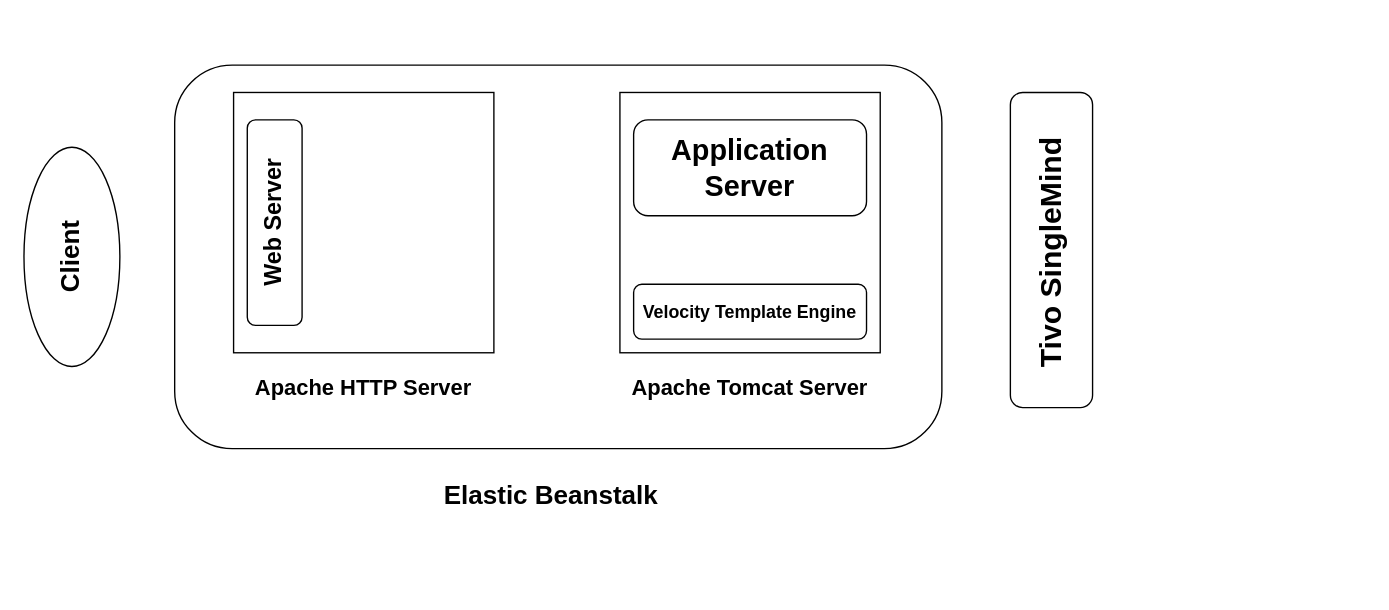
Earlier version of the draw.io diagram Untitled Diagram.drawio (ashokkumarsh/diagrams). Source tidied: cells renumbered, new cells numbered last; positions are measured from the earlier drawing's top-left corner, leaving out a move shared by most shapes. Both pictures are drawn from the tidied source at 137%, with x=0, y=0 at pixel (23, 64).
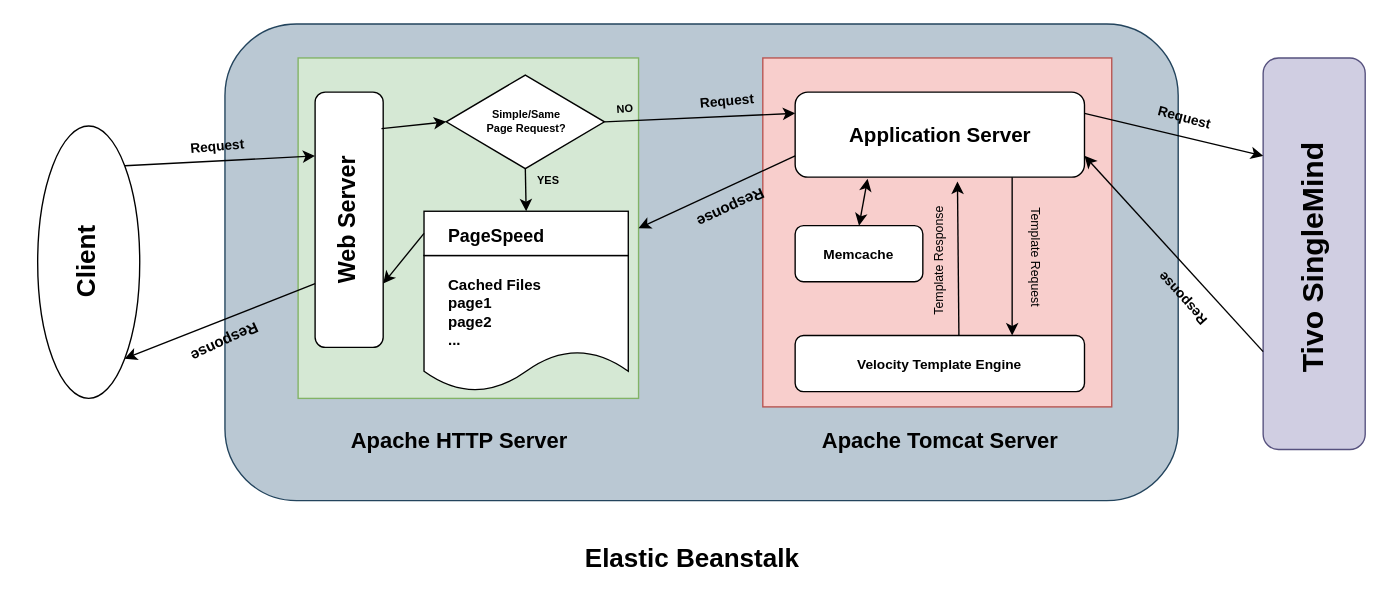
Above is the later version.

Change to the diagram source:
```diff
@@
+    <mxCell id="18" style="group;" parent="1" vertex="1">
+      <mxGeometry x="10" y="-30" width="969.1" height="410" as="geometry" />
+    </mxCell>
-    <mxCell id="2" style="rounded=1;whiteSpace=wrap;html=1;" parent="1" vertex="1">
-      <mxGeometry x="110" width="560" height="280" as="geometry" />
+    <mxCell id="2" style="rounded=1;whiteSpace=wrap;html=1;fillColor=#bac8d3;strokeColor=#23445d;" parent="18" vertex="1">
+      <mxGeometry x="136.7" width="695.8" height="347.9" as="geometry" />
     </mxCell>
-    <mxCell id="3" style="ellipse;whiteSpace=wrap;html=1;" parent="1" vertex="1">
-      <mxGeometry y="60" width="70" height="160" as="geometry" />
+    <mxCell id="3" style="ellipse;whiteSpace=wrap;html=1;" parent="18" vertex="1">
+      <mxGeometry y="74.5" width="74.5" height="198.8" as="geometry" />
     </mxCell>
-    <mxCell id="4" style="rounded=1;whiteSpace=wrap;html=1;" parent="1" vertex="1">
-      <mxGeometry x="720" y="20" width="60" height="230" as="geometry" />
+    <mxCell id="4" style="rounded=1;whiteSpace=wrap;html=1;fillColor=#d0cee2;strokeColor=#56517e;" parent="18" vertex="1">
+      <mxGeometry x="894.5" y="24.8" width="74.5" height="285.8" as="geometry" />
     </mxCell>
-    <mxCell id="5" style="whiteSpace=wrap;html=1;" parent="1" vertex="1">
-      <mxGeometry x="153" y="20" width="190" height="190" as="geometry" />
+    <mxCell id="5" style="whiteSpace=wrap;html=1;fillColor=#d5e8d4;strokeColor=#82b366;" parent="18" vertex="1">
+      <mxGeometry x="190.1" y="24.8" width="248.5" height="248.5" as="geometry" />
     </mxCell>
-    <mxCell id="6" style="whiteSpace=wrap;html=1;" parent="1" vertex="1">
-      <mxGeometry x="435" y="20" width="190" height="190" as="geometry" />
+    <mxCell id="6" style="whiteSpace=wrap;html=1;fillColor=#f8cecc;strokeColor=#b85450;" parent="18" vertex="1">
+      <mxGeometry x="529.3" y="24.8" width="254.7" height="254.7" as="geometry" />
     </mxCell>
-    <mxCell id="7" value="Apache HTTP Server" style="text;html=1;strokeColor=none;fillColor=none;align=center;verticalAlign=middle;whiteSpace=wrap;rounded=0;fontStyle=1;fontSize=16;" parent="1" vertex="1">
-      <mxGeometry x="153" y="220" width="190" height="30" as="geometry" />
+    <mxCell id="7" value="Apache HTTP Server" style="text;html=1;strokeColor=none;fillColor=none;align=center;verticalAlign=middle;whiteSpace=wrap;rounded=0;fontStyle=1;fontSize=16;" parent="18" vertex="1">
+      <mxGeometry x="190.1" y="285.8" width="236.1" height="37.3" as="geometry" />
     </mxCell>
-    <mxCell id="8" value="Apache Tomcat Server" style="text;html=1;strokeColor=none;fillColor=none;align=center;verticalAlign=middle;whiteSpace=wrap;rounded=0;fontStyle=1;fontSize=16;" parent="1" vertex="1">
-      <mxGeometry x="435" y="220" width="190" height="30" as="geometry" />
+    <mxCell id="8" value="Apache Tomcat Server" style="text;html=1;strokeColor=none;fillColor=none;align=center;verticalAlign=middle;whiteSpace=wrap;rounded=0;fontStyle=1;fontSize=16;" parent="18" vertex="1">
+      <mxGeometry x="540.5" y="285.8" width="236.1" height="37.3" as="geometry" />
     </mxCell>
-    <mxCell id="9" value="Elastic Beanstalk" style="text;html=1;strokeColor=none;fillColor=none;align=center;verticalAlign=middle;whiteSpace=wrap;rounded=0;fontStyle=1;fontSize=19;" parent="1" vertex="1">
-      <mxGeometry x="290" y="300" width="190" height="30" as="geometry" />
+    <mxCell id="9" value="Elastic Beanstalk" style="text;html=1;strokeColor=none;fillColor=none;align=center;verticalAlign=middle;whiteSpace=wrap;rounded=0;fontStyle=1;fontSize=19;" parent="18" vertex="1">
+      <mxGeometry x="360.3" y="372.7" width="236.1" height="37.3" as="geometry" />
     </mxCell>
-    <mxCell id="10" value="Client" style="text;html=1;strokeColor=none;fillColor=none;align=center;verticalAlign=middle;whiteSpace=wrap;rounded=0;fontSize=19;rotation=-90;fontStyle=1;" parent="1" vertex="1">
-      <mxGeometry x="5" y="125" width="60" height="30" as="geometry" />
+    <mxCell id="10" value="Client" style="text;html=1;strokeColor=none;fillColor=none;align=center;verticalAlign=middle;whiteSpace=wrap;rounded=0;fontSize=19;rotation=-90;fontStyle=1;" parent="18" vertex="1">
+      <mxGeometry x="-1.2" y="155.3" width="74.5" height="37.3" as="geometry" />
     </mxCell>
-    <mxCell id="11" style="rounded=1;whiteSpace=wrap;html=1;fontSize=19;" parent="1" vertex="1">
-      <mxGeometry x="163" y="40" width="40" height="150" as="geometry" />
+    <mxCell id="11" style="rounded=1;whiteSpace=wrap;html=1;fontSize=19;" parent="18" vertex="1">
+      <mxGeometry x="202.5" y="49.7" width="49.7" height="186.4" as="geometry" />
     </mxCell>
-    <mxCell id="12" style="rounded=1;whiteSpace=wrap;html=1;fontSize=19;" parent="1" vertex="1">
-      <mxGeometry x="445" y="40" width="170" height="70" as="geometry" />
+    <mxCell id="12" style="rounded=1;whiteSpace=wrap;html=1;fontSize=19;" parent="18" vertex="1">
+      <mxGeometry x="552.9" y="49.7" width="211.2" height="62.1" as="geometry" />
     </mxCell>
-    <mxCell id="13" style="rounded=1;whiteSpace=wrap;html=1;fontSize=19;" parent="1" vertex="1">
-      <mxGeometry x="445" y="160" width="170" height="40" as="geometry" />
-    </mxCell>
-    <mxCell id="14" value="Web Server" style="text;html=1;strokeColor=none;fillColor=none;align=center;verticalAlign=middle;whiteSpace=wrap;rounded=0;fontSize=17;rotation=-90;fontStyle=1;" parent="1" vertex="1">
-      <mxGeometry x="133" y="100" width="100" height="30" as="geometry" />
+    <mxCell id="14" value="Web Server" style="text;html=1;strokeColor=none;fillColor=none;align=center;verticalAlign=middle;whiteSpace=wrap;rounded=0;fontSize=17;rotation=-90;fontStyle=1;" parent="18" vertex="1">
+      <mxGeometry x="165.2" y="124.2" width="124.2" height="37.3" as="geometry" />
     </mxCell>
-    <mxCell id="15" value="Application Server" style="text;html=1;strokeColor=none;fillColor=none;align=center;verticalAlign=middle;whiteSpace=wrap;rounded=0;fontSize=21;fontStyle=1;" parent="1" vertex="1">
-      <mxGeometry x="465" y="50" width="130" height="50" as="geometry" />
+    <mxCell id="15" value="Application Server" style="text;html=1;strokeColor=none;fillColor=none;align=center;verticalAlign=middle;whiteSpace=wrap;rounded=0;fontSize=15;fontStyle=1;" parent="18" vertex="1">
+      <mxGeometry x="577.7" y="55.9" width="161.5" height="49.7" as="geometry" />
     </mxCell>
+    <mxCell id="17" value="Tivo SingleMind" style="text;html=1;strokeColor=none;fillColor=none;align=center;verticalAlign=middle;whiteSpace=wrap;rounded=0;fontSize=22;fontStyle=1;rotation=-90;" parent="18" vertex="1">
+      <mxGeometry x="816.9" y="152.2" width="229.8" height="37.3" as="geometry" />
+    </mxCell>
+    <mxCell id="19" style="shape=document;whiteSpace=wrap;html=1;boundedLbl=1;fontSize=22;" parent="18" vertex="1">
+      <mxGeometry x="282" y="169" width="149.1" height="99.4" as="geometry" />
+    </mxCell>
+    <mxCell id="20" value="Cached Files&lt;br style=&quot;font-size: 11px;&quot;&gt;page1&lt;br style=&quot;font-size: 11px;&quot;&gt;page2&lt;br style=&quot;font-size: 11px;&quot;&gt;..." style="text;html=1;strokeColor=none;fillColor=none;align=left;verticalAlign=middle;whiteSpace=wrap;rounded=0;fontSize=11;fontStyle=1;" parent="18" vertex="1">
+      <mxGeometry x="298.2" y="173.9" width="99.4" height="74.5" as="geometry" />
+    </mxCell>
+    <mxCell id="21" style="rounded=0;whiteSpace=wrap;html=1;fontSize=10;" parent="18" vertex="1">
+      <mxGeometry x="282" y="136.7" width="149.1" height="32.3" as="geometry" />
+    </mxCell>
+    <mxCell id="22" value="PageSpeed" style="text;html=1;strokeColor=none;fillColor=none;align=left;verticalAlign=middle;whiteSpace=wrap;rounded=0;fontSize=13;fontStyle=1;" parent="18" vertex="1">
+      <mxGeometry x="298.2" y="136.7" width="95.7" height="37.3" as="geometry" />
+    </mxCell>
+    <mxCell id="23" style="rhombus;whiteSpace=wrap;html=1;fontSize=10;" parent="18" vertex="1">
+      <mxGeometry x="298.2" y="37.3" width="115.5" height="68.3" as="geometry" />
+    </mxCell>
+    <mxCell id="24" value="Simple/Same Page Request?" style="text;html=1;strokeColor=none;fillColor=none;align=center;verticalAlign=middle;whiteSpace=wrap;rounded=0;fontSize=8;fontStyle=1;" parent="18" vertex="1">
+      <mxGeometry x="327.4" y="52.8" width="59.6" height="37.3" as="geometry" />
+    </mxCell>
+    <mxCell id="25" style="endArrow=classic;html=1;rounded=0;fontSize=8;exitX=0.5;exitY=1;exitDx=0;exitDy=0;entryX=0.5;entryY=0;entryDx=0;entryDy=0;" parent="18" edge="1" source="23" target="21">
+      <mxGeometry relative="1" as="geometry" />
+    </mxCell>
+    <mxCell id="26" value="YES" style="text;html=1;strokeColor=none;fillColor=none;align=center;verticalAlign=middle;whiteSpace=wrap;rounded=0;fontSize=8;fontStyle=1;" parent="18" vertex="1">
+      <mxGeometry x="347.9" y="101.9" width="49.7" height="24.8" as="geometry" />
+    </mxCell>
+    <mxCell id="27" style="endArrow=classic;html=1;rounded=0;fontSize=8;entryX=1;entryY=0.75;entryDx=0;entryDy=0;exitX=0;exitY=0.5;exitDx=0;exitDy=0;" parent="18" edge="1" source="21" target="11">
+      <mxGeometry relative="1" as="geometry" />
+    </mxCell>
+    <mxCell id="28" style="endArrow=classic;html=1;rounded=0;fontSize=8;exitX=0.975;exitY=0.143;exitDx=0;exitDy=0;exitPerimeter=0;entryX=0;entryY=0.5;entryDx=0;entryDy=0;" parent="18" edge="1" source="11" target="23">
+      <mxGeometry relative="1" as="geometry" />
+    </mxCell>
+    <mxCell id="29" style="endArrow=classic;html=1;rounded=0;fontSize=8;entryX=0;entryY=0.25;entryDx=0;entryDy=0;exitX=1;exitY=0;exitDx=0;exitDy=0;" parent="18" edge="1" source="3" target="11">
+      <mxGeometry relative="1" as="geometry" />
+    </mxCell>
+    <mxCell id="30" style="endArrow=classic;html=1;rounded=0;fontSize=8;entryX=1;entryY=1;entryDx=0;entryDy=0;exitX=0;exitY=0.75;exitDx=0;exitDy=0;" parent="18" edge="1" source="11" target="3">
+      <mxGeometry relative="1" as="geometry" />
+    </mxCell>
+    <mxCell id="31" style="endArrow=classic;html=1;rounded=0;fontSize=8;exitX=1;exitY=0.5;exitDx=0;exitDy=0;entryX=0;entryY=0.25;entryDx=0;entryDy=0;" parent="18" edge="1" source="23" target="12">
+      <mxGeometry relative="1" as="geometry" />
+    </mxCell>
+    <mxCell id="32" style="endArrow=classic;html=1;rounded=0;fontSize=8;entryX=0;entryY=0.25;entryDx=0;entryDy=0;exitX=1;exitY=0.25;exitDx=0;exitDy=0;" parent="18" edge="1" source="12" target="4">
+      <mxGeometry relative="1" as="geometry" />
+    </mxCell>
+    <mxCell id="33" style="group;" parent="18" vertex="1">
+      <mxGeometry x="552.9" y="227.4" width="211.2" height="41" as="geometry" />
+    </mxCell>
+    <mxCell id="13" style="rounded=1;whiteSpace=wrap;html=1;fontSize=10;" parent="33" vertex="1">
+      <mxGeometry width="211.2" height="41" as="geometry" />
+    </mxCell>
-    <mxCell id="16" value="Velocity Template Engine" style="text;html=1;strokeColor=none;fillColor=none;align=center;verticalAlign=middle;whiteSpace=wrap;rounded=0;fontSize=13;fontStyle=1;" parent="1" vertex="1">
-      <mxGeometry x="445" y="165" width="170" height="30" as="geometry" />
+    <mxCell id="16" value="Velocity Template Engine" style="text;html=1;strokeColor=none;fillColor=none;align=center;verticalAlign=middle;whiteSpace=wrap;rounded=0;fontSize=10;fontStyle=1;" parent="33" vertex="1">
+      <mxGeometry y="12.4" width="211.2" height="16.2" as="geometry" />
     </mxCell>
-    <mxCell id="17" value="Tivo SingleMind" style="text;html=1;strokeColor=none;fillColor=none;align=center;verticalAlign=middle;whiteSpace=wrap;rounded=0;fontSize=22;fontStyle=1;rotation=-90;" parent="1" vertex="1">
-      <mxGeometry x="657.5" y="122.5" width="185" height="30" as="geometry" />
-    </mxCell>
+    <mxCell id="34" style="group;" parent="18" vertex="1">
+      <mxGeometry x="552.9" y="147.2" width="167.7" height="41" as="geometry" />
+    </mxCell>
+    <mxCell id="35" style="rounded=1;whiteSpace=wrap;html=1;fontSize=10;" parent="34" vertex="1">
+      <mxGeometry width="93.2" height="41" as="geometry" />
+    </mxCell>
+    <mxCell id="36" value="Memcache" style="text;html=1;strokeColor=none;fillColor=none;align=center;verticalAlign=middle;whiteSpace=wrap;rounded=0;fontSize=10;fontStyle=1;" parent="34" vertex="1">
+      <mxGeometry y="12.4" width="93.2" height="16.2" as="geometry" />
+    </mxCell>
+    <mxCell id="37" value="Template Response" style="text;html=1;strokeColor=none;fillColor=none;align=center;verticalAlign=middle;whiteSpace=wrap;rounded=0;fontSize=9;rotation=-90;fontStyle=0;" parent="34" vertex="1">
+      <mxGeometry x="43.5" y="11.2" width="124.2" height="28" as="geometry" />
+    </mxCell>
+    <mxCell id="38" style="endArrow=classic;html=1;rounded=0;fontSize=8;exitX=0;exitY=0.75;exitDx=0;exitDy=0;entryX=1;entryY=0.75;entryDx=0;entryDy=0;" parent="18" edge="1" source="4" target="12">
+      <mxGeometry relative="1" as="geometry" />
+    </mxCell>
+    <mxCell id="39" style="endArrow=classic;html=1;rounded=0;fontSize=8;exitX=0.75;exitY=1;exitDx=0;exitDy=0;entryX=0.75;entryY=0;entryDx=0;entryDy=0;" parent="18" edge="1" source="12" target="13">
+      <mxGeometry relative="1" as="geometry" />
+    </mxCell>
+    <mxCell id="40" style="endArrow=classic;html=1;rounded=0;fontSize=8;exitX=0.566;exitY=0;exitDx=0;exitDy=0;exitPerimeter=0;entryX=0.58;entryY=1.19;entryDx=0;entryDy=0;entryPerimeter=0;" parent="18" edge="1" source="13" target="15">
+      <mxGeometry relative="1" as="geometry" />
+    </mxCell>
+    <mxCell id="41" style="endArrow=classic;html=1;rounded=0;fontSize=8;entryX=1;entryY=0.5;entryDx=0;entryDy=0;exitX=0;exitY=0.75;exitDx=0;exitDy=0;" parent="18" edge="1" source="12" target="5">
+      <mxGeometry relative="1" as="geometry" />
+    </mxCell>
+    <mxCell id="42" value="NO" style="text;html=1;strokeColor=none;fillColor=none;align=center;verticalAlign=middle;whiteSpace=wrap;rounded=0;fontSize=8;fontStyle=1;rotation=-4;" parent="18" vertex="1">
+      <mxGeometry x="404.2" y="55.9" width="49.7" height="12.4" as="geometry" />
+    </mxCell>
+    <mxCell id="43" style="endArrow=classic;startArrow=classic;html=1;rounded=0;fontSize=8;entryX=0.174;entryY=1.15;entryDx=0;entryDy=0;entryPerimeter=0;exitX=0.5;exitY=0;exitDx=0;exitDy=0;" parent="18" edge="1" source="35" target="15">
+      <mxGeometry relative="1" as="geometry" />
+    </mxCell>
+    <mxCell id="44" value="Request" style="text;html=1;strokeColor=none;fillColor=none;align=center;verticalAlign=middle;whiteSpace=wrap;rounded=0;fontSize=10;fontStyle=1;rotation=15;" parent="18" vertex="1">
+      <mxGeometry x="800.1" y="55.9" width="74.5" height="24.8" as="geometry" />
+    </mxCell>
+    <mxCell id="45" value="Response" style="text;html=1;strokeColor=none;fillColor=none;align=center;verticalAlign=middle;whiteSpace=wrap;rounded=0;fontSize=10;fontStyle=1;rotation=-132;" parent="18" vertex="1">
+      <mxGeometry x="798.9" y="188.8" width="74.5" height="24.8" as="geometry" />
+    </mxCell>
+    <mxCell id="46" value="Template Request" style="text;html=1;strokeColor=none;fillColor=none;align=center;verticalAlign=middle;whiteSpace=wrap;rounded=0;fontSize=9;rotation=90;fontStyle=0;" parent="18" vertex="1">
+      <mxGeometry x="666.2" y="156.9" width="124.2" height="28" as="geometry" />
+    </mxCell>
+    <mxCell id="47" value="Response" style="text;html=1;strokeColor=none;fillColor=none;align=center;verticalAlign=middle;whiteSpace=wrap;rounded=0;fontSize=11;fontStyle=1;rotation=-205;" parent="18" vertex="1">
+      <mxGeometry x="469.6" y="115.5" width="74.5" height="37.3" as="geometry" />
+    </mxCell>
+    <mxCell id="48" value="Request" style="text;html=1;strokeColor=none;fillColor=none;align=center;verticalAlign=middle;whiteSpace=wrap;rounded=0;fontSize=10;fontStyle=1;rotation=-5;" parent="18" vertex="1">
+      <mxGeometry x="465.9" y="43.5" width="74.5" height="24.8" as="geometry" />
+    </mxCell>
+    <mxCell id="49" value="Request" style="text;html=1;strokeColor=none;fillColor=none;align=center;verticalAlign=middle;whiteSpace=wrap;rounded=0;fontSize=10;fontStyle=1;rotation=-5;" parent="18" vertex="1">
+      <mxGeometry x="94.4" y="77" width="74.5" height="24.8" as="geometry" />
+    </mxCell>
+    <mxCell id="50" value="Response" style="text;html=1;strokeColor=none;fillColor=none;align=center;verticalAlign=middle;whiteSpace=wrap;rounded=0;fontSize=11;fontStyle=1;rotation=-205;" parent="18" vertex="1">
+      <mxGeometry x="99.4" y="213.7" width="74.5" height="37.3" as="geometry" />
+    </mxCell>
```
